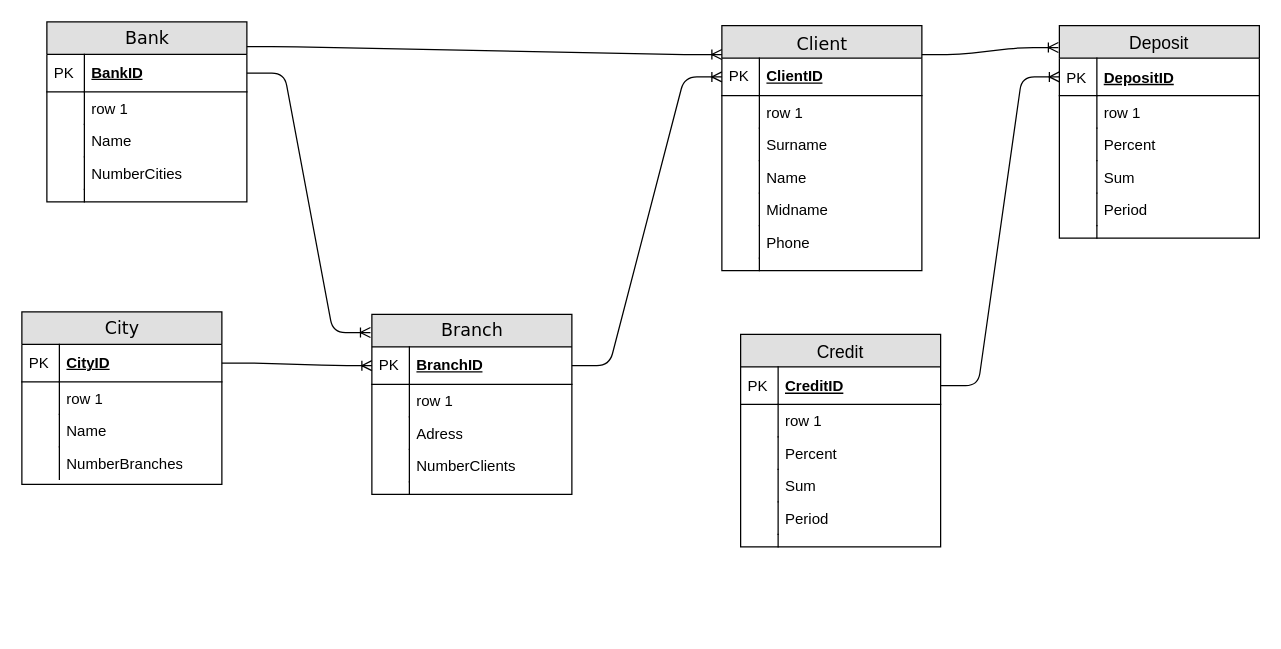
This is Untitled Diagram.drawio from duxa2089/entity-relationship-model, a draw.io file, before an edit. Source tidied: cells renumbered, new cells numbered last; positions are measured from the earlier drawing's top-left corner, leaving out a move shared by most shapes. Both pictures are drawn from the tidied source at 125%, with x=0, y=0 at pixel (21, 21).
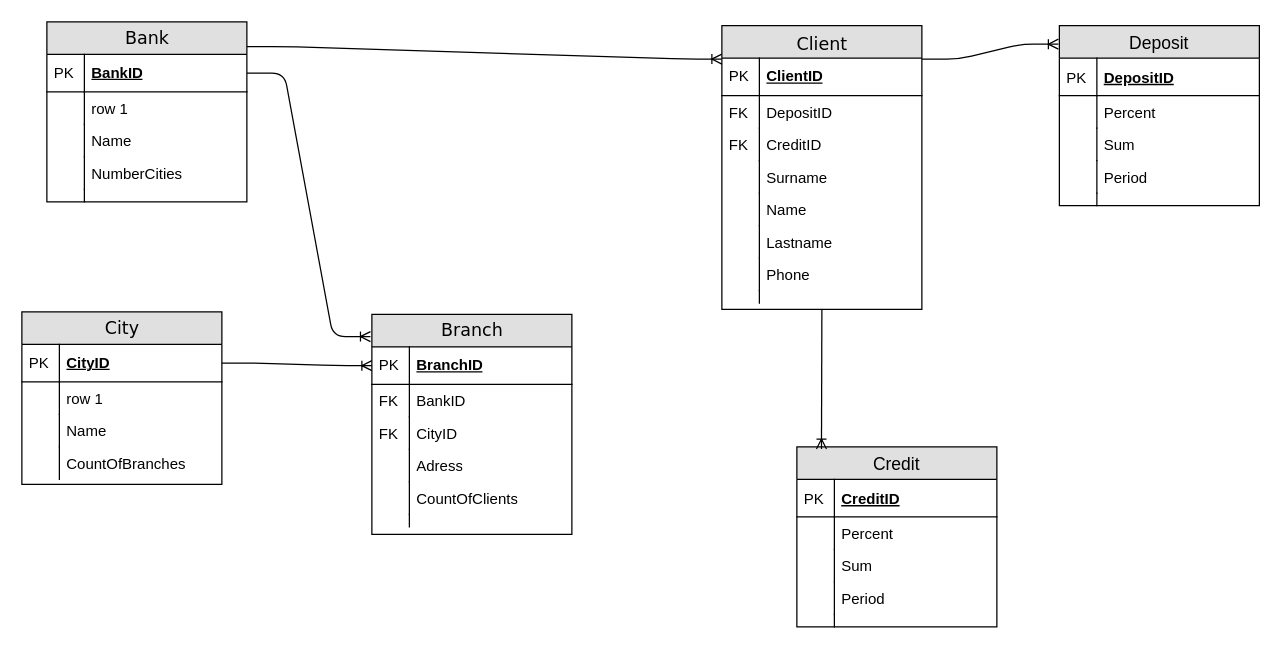
The same page after the edit.

Unchanged cells that the change refers to:
```xml
<mxCell id="3" value="ClientID" style="shape=partialRectangle;top=0;left=0;right=0;bottom=1;html=1;align=left;verticalAlign=middle;fillColor=none;spacingLeft=34;spacingRight=4;whiteSpace=wrap;overflow=hidden;points=[[0,0.5],[1,0.5]];portConstraint=eastwest;fontStyle=5;" parent="2" vertex="1">
  <mxGeometry y="26" width="160" height="30" as="geometry" />
</mxCell>
<mxCell id="29" value="BranchID" style="shape=partialRectangle;top=0;left=0;right=0;bottom=1;html=1;align=left;verticalAlign=middle;fillColor=none;spacingLeft=34;spacingRight=4;whiteSpace=wrap;overflow=hidden;points=[[0,0.5],[1,0.5]];portConstraint=eastwest;fontStyle=5;" parent="28" vertex="1">
  <mxGeometry y="26" width="160" height="30" as="geometry" />
</mxCell>
<mxCell id="39" value="City" style="swimlane;html=1;fontStyle=0;horizontal=1;startSize=26;fillColor=#e0e0e0;swimlaneFillColor=#ffffff;align=center;rounded=0;shadow=0;comic=0;labelBackgroundColor=none;strokeColor=#000000;strokeWidth=1;fontFamily=Verdana;fontSize=14;fontColor=#000000;" parent="1" vertex="1">
  <mxGeometry y="232" width="160" height="138" as="geometry" />
</mxCell>
<mxCell id="49" value="DepositID" style="shape=partialRectangle;top=0;left=0;right=0;bottom=1;align=left;verticalAlign=middle;fillColor=none;spacingLeft=34;spacingRight=4;overflow=hidden;points=[[0,0.5],[1,0.5]];portConstraint=eastwest;fontStyle=5;fontSize=12;" parent="48" vertex="1">
  <mxGeometry y="26" width="160" height="30" as="geometry" />
</mxCell>
<mxCell id="62" value="CreditID" style="shape=partialRectangle;top=0;left=0;right=0;bottom=1;align=left;verticalAlign=middle;fillColor=none;spacingLeft=34;spacingRight=4;overflow=hidden;points=[[0,0.5],[1,0.5]];portConstraint=eastwest;fontStyle=5;fontSize=12;" parent="61" vertex="1">
  <mxGeometry y="26" width="160" height="30" as="geometry" />
</mxCell>
```

What changed in the source:
```diff
@@
     <mxCell id="2" value="Client" style="swimlane;html=1;fontStyle=0;horizontal=1;startSize=26;fillColor=#e0e0e0;swimlaneFillColor=#ffffff;align=center;rounded=0;shadow=0;comic=0;labelBackgroundColor=none;strokeColor=#000000;strokeWidth=1;fontFamily=Verdana;fontSize=14;fontColor=#000000;swimlaneLine=1;verticalAlign=top;" parent="1" vertex="1">
-      <mxGeometry x="560" y="3" width="160" height="196" as="geometry" />
+      <mxGeometry x="560" y="3" width="160" height="227" as="geometry" />
     </mxCell>
@@
-    <mxCell id="5" value="row 1" style="shape=partialRectangle;top=0;left=0;right=0;bottom=0;html=1;align=left;verticalAlign=top;fillColor=none;spacingLeft=34;spacingRight=4;whiteSpace=wrap;overflow=hidden;" parent="2" vertex="1">
-      <mxGeometry y="56" width="160" height="26" as="geometry" />
-    </mxCell>
-    <mxCell id="6" style="shape=partialRectangle;top=0;left=0;bottom=0;html=1;fillColor=none;align=left;verticalAlign=top;spacingLeft=4;spacingRight=4;whiteSpace=wrap;overflow=hidden;" parent="5" vertex="1">
-      <mxGeometry width="30" height="26" as="geometry" />
-    </mxCell>
+    <mxCell id="80" value="DepositID" style="shape=partialRectangle;top=0;left=0;right=0;bottom=0;align=left;verticalAlign=top;fillColor=none;spacingLeft=34;spacingRight=4;overflow=hidden;fontSize=12;" parent="2" vertex="1">
+      <mxGeometry y="56" width="160" height="26" as="geometry" />
+    </mxCell>
+    <mxCell id="81" value="FK" style="shape=partialRectangle;top=0;left=0;bottom=0;fillColor=none;align=left;verticalAlign=top;spacingLeft=4;spacingRight=4;overflow=hidden;fontSize=12;" parent="80" vertex="1">
+      <mxGeometry width="30" height="26" as="geometry" />
+    </mxCell>
+    <mxCell id="82" value="CreditID" style="shape=partialRectangle;top=0;left=0;right=0;bottom=0;align=left;verticalAlign=top;fillColor=none;spacingLeft=34;spacingRight=4;overflow=hidden;fontSize=12;" parent="2" vertex="1">
+      <mxGeometry y="82" width="160" height="26" as="geometry" />
+    </mxCell>
+    <mxCell id="83" value="FK" style="shape=partialRectangle;top=0;left=0;bottom=0;fillColor=none;align=left;verticalAlign=top;spacingLeft=4;spacingRight=4;overflow=hidden;fontSize=12;" parent="82" vertex="1">
+      <mxGeometry width="30" height="26" as="geometry" />
+    </mxCell>
     <mxCell id="7" value="Surname" style="shape=partialRectangle;top=0;left=0;right=0;bottom=0;html=1;align=left;verticalAlign=top;fillColor=none;spacingLeft=34;spacingRight=4;whiteSpace=wrap;overflow=hidden;" parent="2" vertex="1">
-      <mxGeometry y="82" width="160" height="26" as="geometry" />
+      <mxGeometry y="108" width="160" height="26" as="geometry" />
     </mxCell>
@@
     <mxCell id="9" value="Name" style="shape=partialRectangle;top=0;left=0;right=0;bottom=0;html=1;align=left;verticalAlign=top;fillColor=none;spacingLeft=34;spacingRight=4;whiteSpace=wrap;overflow=hidden;" parent="2" vertex="1">
-      <mxGeometry y="108" width="160" height="26" as="geometry" />
+      <mxGeometry y="134" width="160" height="26" as="geometry" />
     </mxCell>
@@
-    <mxCell id="11" value="Midname" style="shape=partialRectangle;top=0;left=0;right=0;bottom=0;html=1;align=left;verticalAlign=top;fillColor=none;spacingLeft=34;spacingRight=4;whiteSpace=wrap;overflow=hidden;" parent="2" vertex="1">
-      <mxGeometry y="134" width="160" height="26" as="geometry" />
+    <mxCell id="11" value="Lastname" style="shape=partialRectangle;top=0;left=0;right=0;bottom=0;html=1;align=left;verticalAlign=top;fillColor=none;spacingLeft=34;spacingRight=4;whiteSpace=wrap;overflow=hidden;" parent="2" vertex="1">
+      <mxGeometry y="160" width="160" height="26" as="geometry" />
     </mxCell>
@@
     <mxCell id="13" value="Phone" style="shape=partialRectangle;top=0;left=0;right=0;bottom=0;html=1;align=left;verticalAlign=top;fillColor=none;spacingLeft=34;spacingRight=4;whiteSpace=wrap;overflow=hidden;" parent="2" vertex="1">
-      <mxGeometry y="160" width="160" height="26" as="geometry" />
+      <mxGeometry y="186" width="160" height="26" as="geometry" />
     </mxCell>
@@
     <mxCell id="15" style="shape=partialRectangle;top=0;left=0;right=0;bottom=0;html=1;align=left;verticalAlign=top;fillColor=none;spacingLeft=34;spacingRight=4;whiteSpace=wrap;overflow=hidden;" parent="2" vertex="1">
-      <mxGeometry y="186" width="160" height="10" as="geometry" />
+      <mxGeometry y="212" width="160" height="10" as="geometry" />
     </mxCell>
@@
     <mxCell id="28" value="Branch" style="swimlane;html=1;fontStyle=0;horizontal=1;startSize=26;fillColor=#e0e0e0;swimlaneFillColor=#ffffff;align=center;rounded=0;shadow=0;comic=0;labelBackgroundColor=none;strokeColor=#000000;strokeWidth=1;fontFamily=Verdana;fontSize=14;fontColor=#000000;" parent="1" vertex="1">
-      <mxGeometry x="280" y="234" width="160" height="144" as="geometry" />
+      <mxGeometry x="280" y="234" width="160" height="176" as="geometry" />
     </mxCell>
@@
-    <mxCell id="31" value="row 1" style="shape=partialRectangle;top=0;left=0;right=0;bottom=0;html=1;align=left;verticalAlign=top;fillColor=none;spacingLeft=34;spacingRight=4;whiteSpace=wrap;overflow=hidden;" parent="28" vertex="1">
-      <mxGeometry y="56" width="160" height="26" as="geometry" />
-    </mxCell>
-    <mxCell id="32" style="shape=partialRectangle;top=0;left=0;bottom=0;html=1;fillColor=none;align=left;verticalAlign=top;spacingLeft=4;spacingRight=4;whiteSpace=wrap;overflow=hidden;" parent="31" vertex="1">
-      <mxGeometry width="30" height="26" as="geometry" />
-    </mxCell>
+    <mxCell id="84" value="BankID" style="shape=partialRectangle;top=0;left=0;right=0;bottom=0;align=left;verticalAlign=top;fillColor=none;spacingLeft=34;spacingRight=4;overflow=hidden;fontSize=12;" parent="28" vertex="1">
+      <mxGeometry y="56" width="160" height="26" as="geometry" />
+    </mxCell>
+    <mxCell id="85" value="FK" style="shape=partialRectangle;top=0;left=0;bottom=0;fillColor=none;align=left;verticalAlign=top;spacingLeft=4;spacingRight=4;overflow=hidden;fontSize=12;" parent="84" vertex="1">
+      <mxGeometry width="30" height="26" as="geometry" />
+    </mxCell>
+    <mxCell id="86" value="CityID" style="shape=partialRectangle;top=0;left=0;right=0;bottom=0;align=left;verticalAlign=top;fillColor=none;spacingLeft=34;spacingRight=4;overflow=hidden;fontSize=12;" parent="28" vertex="1">
+      <mxGeometry y="82" width="160" height="26" as="geometry" />
+    </mxCell>
+    <mxCell id="87" value="FK" style="shape=partialRectangle;top=0;left=0;bottom=0;fillColor=none;align=left;verticalAlign=top;spacingLeft=4;spacingRight=4;overflow=hidden;fontSize=12;" parent="86" vertex="1">
+      <mxGeometry width="30" height="26" as="geometry" />
+    </mxCell>
     <mxCell id="33" value="Adress" style="shape=partialRectangle;top=0;left=0;right=0;bottom=0;html=1;align=left;verticalAlign=top;fillColor=none;spacingLeft=34;spacingRight=4;whiteSpace=wrap;overflow=hidden;" parent="28" vertex="1">
-      <mxGeometry y="82" width="160" height="26" as="geometry" />
+      <mxGeometry y="108" width="160" height="26" as="geometry" />
     </mxCell>
@@
-    <mxCell id="35" value="NumberClients" style="shape=partialRectangle;top=0;left=0;right=0;bottom=0;html=1;align=left;verticalAlign=top;fillColor=none;spacingLeft=34;spacingRight=4;whiteSpace=wrap;overflow=hidden;" parent="28" vertex="1">
-      <mxGeometry y="108" width="160" height="26" as="geometry" />
+    <mxCell id="35" value="CountOfClients" style="shape=partialRectangle;top=0;left=0;right=0;bottom=0;html=1;align=left;verticalAlign=top;fillColor=none;spacingLeft=34;spacingRight=4;whiteSpace=wrap;overflow=hidden;" parent="28" vertex="1">
+      <mxGeometry y="134" width="160" height="26" as="geometry" />
     </mxCell>
@@
     <mxCell id="37" style="shape=partialRectangle;top=0;left=0;right=0;bottom=0;html=1;align=left;verticalAlign=top;fillColor=none;spacingLeft=34;spacingRight=4;whiteSpace=wrap;overflow=hidden;" parent="28" vertex="1">
-      <mxGeometry y="134" width="160" height="10" as="geometry" />
+      <mxGeometry y="160" width="160" height="10" as="geometry" />
     </mxCell>
@@
-    <mxCell id="46" value="NumberBranches" style="shape=partialRectangle;top=0;left=0;right=0;bottom=0;html=1;align=left;verticalAlign=top;fillColor=none;spacingLeft=34;spacingRight=4;whiteSpace=wrap;overflow=hidden;" parent="39" vertex="1">
+    <mxCell id="46" value="CountOfBranches" style="shape=partialRectangle;top=0;left=0;right=0;bottom=0;html=1;align=left;verticalAlign=top;fillColor=none;spacingLeft=34;spacingRight=4;whiteSpace=wrap;overflow=hidden;" parent="39" vertex="1">
       <mxGeometry y="108" width="160" height="26" as="geometry" />
     </mxCell>
@@
     <mxCell id="48" value="Deposit" style="swimlane;fontStyle=0;horizontal=1;startSize=26;fillColor=#e0e0e0;swimlaneFillColor=#ffffff;align=center;fontSize=14;" parent="1" vertex="1">
-      <mxGeometry x="830" y="3" width="160" height="170" as="geometry" />
+      <mxGeometry x="830" y="3" width="160" height="144" as="geometry" />
     </mxCell>
@@
-    <mxCell id="51" value="row 1" style="shape=partialRectangle;top=0;left=0;right=0;bottom=0;align=left;verticalAlign=top;fillColor=none;spacingLeft=34;spacingRight=4;overflow=hidden;fontSize=12;" parent="48" vertex="1">
-      <mxGeometry y="56" width="160" height="26" as="geometry" />
-    </mxCell>
-    <mxCell id="52" style="shape=partialRectangle;top=0;left=0;bottom=0;fillColor=none;align=left;verticalAlign=top;spacingLeft=4;spacingRight=4;overflow=hidden;fontSize=12;" parent="51" vertex="1">
-      <mxGeometry width="30" height="26" as="geometry" />
-    </mxCell>
     <mxCell id="53" value="Percent" style="shape=partialRectangle;top=0;left=0;right=0;bottom=0;align=left;verticalAlign=top;fillColor=none;spacingLeft=34;spacingRight=4;overflow=hidden;fontSize=12;" parent="48" vertex="1">
-      <mxGeometry y="82" width="160" height="26" as="geometry" />
+      <mxGeometry y="56" width="160" height="26" as="geometry" />
     </mxCell>
@@
     <mxCell id="55" value="Sum" style="shape=partialRectangle;top=0;left=0;right=0;bottom=0;align=left;verticalAlign=top;fillColor=none;spacingLeft=34;spacingRight=4;overflow=hidden;fontSize=12;" parent="48" vertex="1">
-      <mxGeometry y="108" width="160" height="26" as="geometry" />
+      <mxGeometry y="82" width="160" height="26" as="geometry" />
     </mxCell>
@@
     <mxCell id="57" value="Period" style="shape=partialRectangle;top=0;left=0;right=0;bottom=0;align=left;verticalAlign=top;fillColor=none;spacingLeft=34;spacingRight=4;overflow=hidden;fontSize=12;" parent="48" vertex="1">
-      <mxGeometry y="134" width="160" height="26" as="geometry" />
+      <mxGeometry y="108" width="160" height="26" as="geometry" />
     </mxCell>
@@
     <mxCell id="59" style="shape=partialRectangle;top=0;left=0;right=0;bottom=0;align=left;verticalAlign=top;fillColor=none;spacingLeft=34;spacingRight=4;overflow=hidden;fontSize=12;" parent="48" vertex="1">
-      <mxGeometry y="160" width="160" height="10" as="geometry" />
+      <mxGeometry y="134" width="160" height="10" as="geometry" />
     </mxCell>
@@
     <mxCell id="61" value="Credit" style="swimlane;fontStyle=0;horizontal=1;startSize=26;fillColor=#e0e0e0;swimlaneFillColor=#ffffff;align=center;fontSize=14;" parent="1" vertex="1">
-      <mxGeometry x="575" y="250" width="160" height="170" as="geometry" />
+      <mxGeometry x="620" y="340" width="160" height="144" as="geometry" />
     </mxCell>
@@
-    <mxCell id="64" value="row 1" style="shape=partialRectangle;top=0;left=0;right=0;bottom=0;align=left;verticalAlign=top;fillColor=none;spacingLeft=34;spacingRight=4;overflow=hidden;fontSize=12;" parent="61" vertex="1">
-      <mxGeometry y="56" width="160" height="26" as="geometry" />
-    </mxCell>
-    <mxCell id="65" style="shape=partialRectangle;top=0;left=0;bottom=0;fillColor=none;align=left;verticalAlign=top;spacingLeft=4;spacingRight=4;overflow=hidden;fontSize=12;" parent="64" vertex="1">
-      <mxGeometry width="30" height="26" as="geometry" />
-    </mxCell>
     <mxCell id="66" value="Percent" style="shape=partialRectangle;top=0;left=0;right=0;bottom=0;align=left;verticalAlign=top;fillColor=none;spacingLeft=34;spacingRight=4;overflow=hidden;fontSize=12;" parent="61" vertex="1">
-      <mxGeometry y="82" width="160" height="26" as="geometry" />
+      <mxGeometry y="56" width="160" height="26" as="geometry" />
     </mxCell>
@@
     <mxCell id="68" value="Sum" style="shape=partialRectangle;top=0;left=0;right=0;bottom=0;align=left;verticalAlign=top;fillColor=none;spacingLeft=34;spacingRight=4;overflow=hidden;fontSize=12;" parent="61" vertex="1">
-      <mxGeometry y="108" width="160" height="26" as="geometry" />
+      <mxGeometry y="82" width="160" height="26" as="geometry" />
     </mxCell>
@@
     <mxCell id="70" value="Period" style="shape=partialRectangle;top=0;left=0;right=0;bottom=0;align=left;verticalAlign=top;fillColor=none;spacingLeft=34;spacingRight=4;overflow=hidden;fontSize=12;" parent="61" vertex="1">
-      <mxGeometry y="134" width="160" height="26" as="geometry" />
+      <mxGeometry y="108" width="160" height="26" as="geometry" />
     </mxCell>
@@
     <mxCell id="72" style="shape=partialRectangle;top=0;left=0;right=0;bottom=0;align=left;verticalAlign=top;fillColor=none;spacingLeft=34;spacingRight=4;overflow=hidden;fontSize=12;" parent="61" vertex="1">
-      <mxGeometry y="160" width="160" height="10" as="geometry" />
+      <mxGeometry y="134" width="160" height="10" as="geometry" />
     </mxCell>
@@
-    <mxCell id="74" style="edgeStyle=entityRelationEdgeStyle;fontSize=12;html=1;endArrow=ERoneToMany;entryX=0;entryY=0.5;entryDx=0;entryDy=0;exitX=1;exitY=0.5;exitDx=0;exitDy=0;" parent="1" edge="1" source="29" target="3">
-      <mxGeometry relative="1" as="geometry" />
-    </mxCell>
@@
-    <mxCell id="77" style="edgeStyle=entityRelationEdgeStyle;fontSize=12;html=1;endArrow=ERoneToMany;entryX=0;entryY=0.5;entryDx=0;entryDy=0;exitX=1;exitY=0.5;exitDx=0;exitDy=0;" parent="1" edge="1" source="62" target="49">
-      <mxGeometry relative="1" as="geometry" />
-    </mxCell>
@@
+    <mxCell id="88" style="fontSize=12;html=1;endArrow=ERoneToMany;entryX=0.123;entryY=0.012;entryDx=0;entryDy=0;entryPerimeter=0;exitX=0.5;exitY=1;exitDx=0;exitDy=0;" parent="1" edge="1" source="2" target="61">
+      <mxGeometry relative="1" as="geometry" />
+    </mxCell>
```
